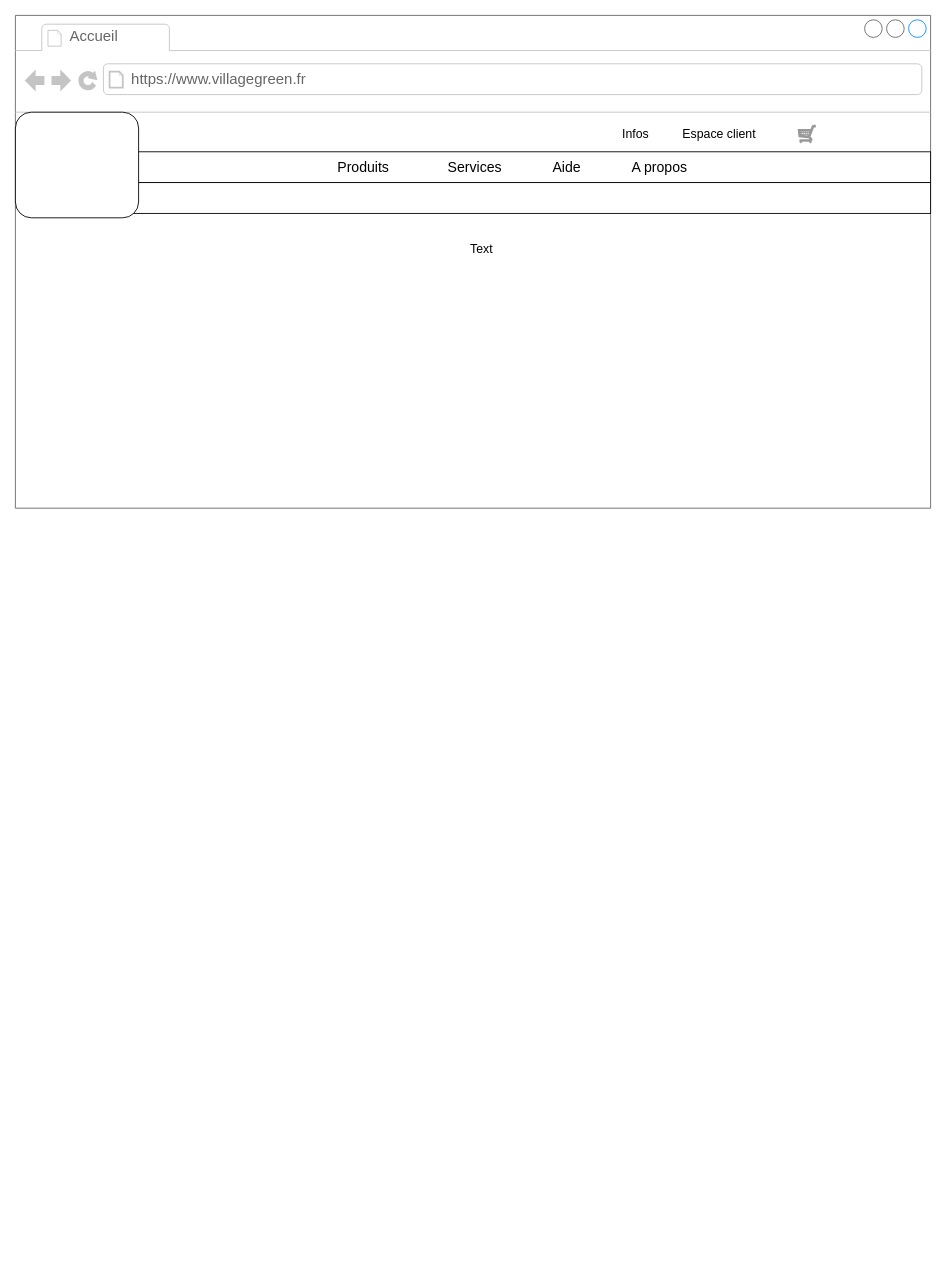
This is Fil_Rouge/web design/Wireframe_PageAccueil.drawio from Nijat-Majidli/CDA_21188, a draw.io file, before an edit. Source tidied: cells renumbered, new cells numbered last; positions are measured from the earlier drawing's top-left corner, leaving out a move shared by most shapes. Both pictures are drawn from the tidied source at 88%, with x=0, y=0 at pixel (15, 15).
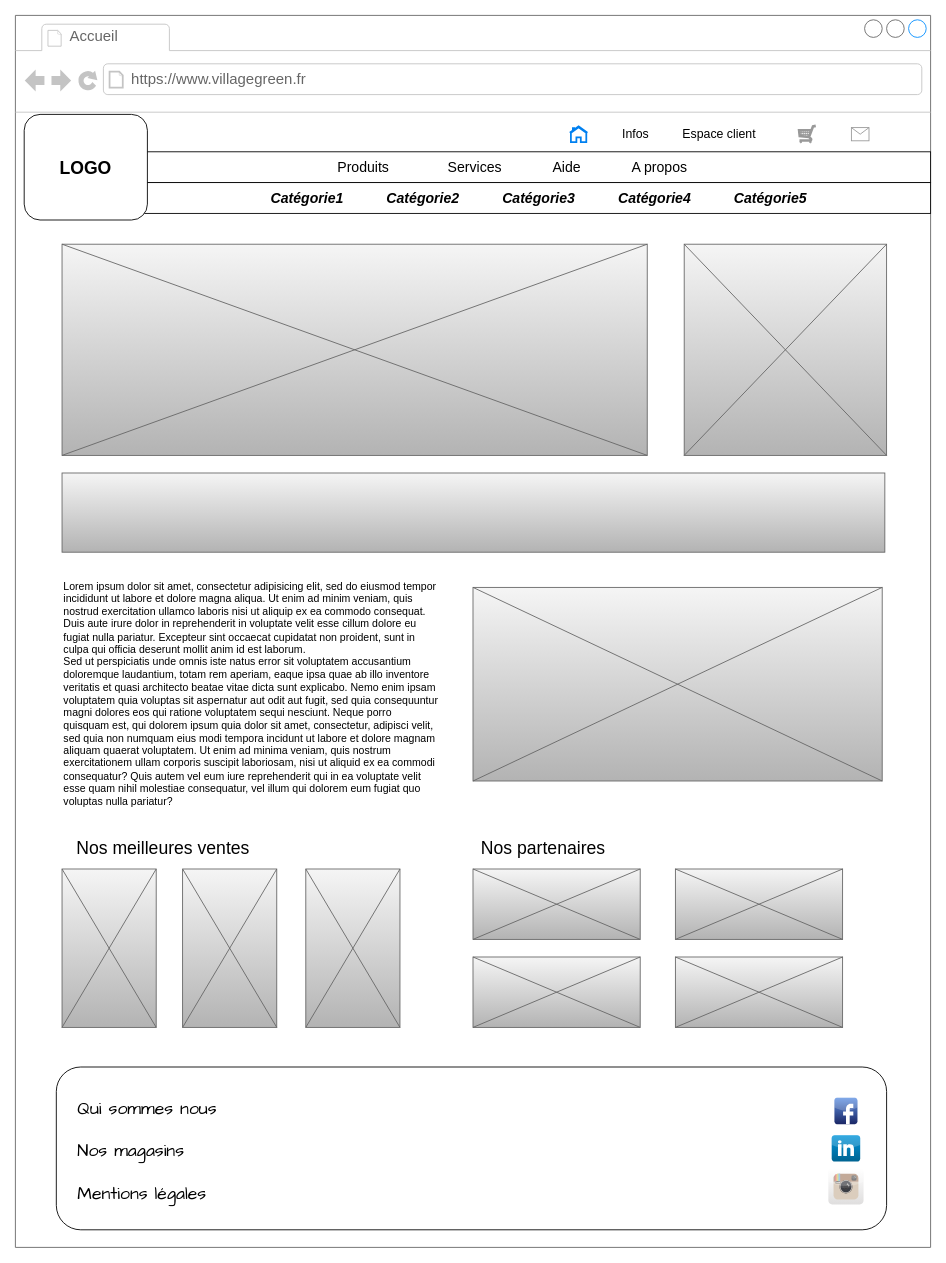
Above is the later version.

Change to the diagram source:
```diff
@@
     <mxCell id="2" style="strokeWidth=1;shadow=0;dashed=0;align=center;html=1;shape=mxgraph.mockup.containers.browserWindow;rSize=0;strokeColor=#666666;strokeColor2=#008cff;strokeColor3=#c4c4c4;mainText=,;fontSize=20;" parent="1" vertex="1">
-      <mxGeometry width="1040" height="560" as="geometry" />
+      <mxGeometry width="1040" height="1400" as="geometry" />
     </mxCell>
@@
-    <mxCell id="11" style="rounded=1;whiteSpace=wrap;html=1;fontSize=14;" parent="2" vertex="1">
-      <mxGeometry y="110" width="140" height="120" as="geometry" />
+    <mxCell id="11" value="&lt;b&gt;&lt;font style=&quot;font-size: 20px&quot;&gt;LOGO&lt;/font&gt;&lt;/b&gt;" style="rounded=1;whiteSpace=wrap;html=1;fontSize=14;" parent="2" vertex="1">
+      <mxGeometry x="10" y="112.5" width="140" height="120" as="geometry" />
     </mxCell>
+    <mxCell id="13" style="html=1;verticalLabelPosition=bottom;align=center;labelBackgroundColor=#ffffff;verticalAlign=top;strokeWidth=2;strokeColor=#0080F0;shadow=0;dashed=0;shape=mxgraph.ios7.icons.home;fontSize=14;" parent="2" vertex="1">
+      <mxGeometry x="630" y="126.1" width="20" height="17.8" as="geometry" />
+    </mxCell>
-    <mxCell id="12" value="Text" style="text;html=1;strokeColor=none;fillColor=none;align=center;verticalAlign=middle;whiteSpace=wrap;rounded=0;fontSize=14;" parent="1" vertex="1">
-      <mxGeometry x="220" y="250" width="620" height="30" as="geometry" />
+    <mxCell id="12" value="Catégorie1&amp;nbsp; &amp;nbsp; &amp;nbsp; &amp;nbsp; &amp;nbsp; &amp;nbsp;Catégorie2&amp;nbsp; &amp;nbsp; &amp;nbsp; &amp;nbsp; &amp;nbsp; &amp;nbsp;Catégorie3&amp;nbsp; &amp;nbsp; &amp;nbsp; &amp;nbsp; &amp;nbsp; &amp;nbsp;Catégorie4&amp;nbsp; &amp;nbsp; &amp;nbsp; &amp;nbsp; &amp;nbsp; &amp;nbsp;Catégorie5" style="text;html=1;strokeColor=none;fillColor=none;align=center;verticalAlign=middle;whiteSpace=wrap;rounded=0;fontSize=16;fontStyle=3;" parent="2" vertex="1">
+      <mxGeometry x="190" y="198.8" width="810" height="17.5" as="geometry" />
     </mxCell>
+    <mxCell id="14" style="verticalLabelPosition=bottom;shadow=0;dashed=0;align=center;html=1;verticalAlign=top;strokeWidth=1;shape=mxgraph.mockup.graphics.simpleIcon;strokeColor=#666666;fontSize=16;fillColor=#f5f5f5;gradientColor=#b3b3b3;" parent="2" vertex="1">
+      <mxGeometry x="53" y="260" width="665" height="240" as="geometry" />
+    </mxCell>
+    <mxCell id="15" style="verticalLabelPosition=bottom;shadow=0;dashed=0;align=center;html=1;verticalAlign=top;strokeWidth=1;shape=mxgraph.mockup.graphics.simpleIcon;strokeColor=#666666;fontSize=16;fillColor=#f5f5f5;gradientColor=#b3b3b3;" parent="2" vertex="1">
+      <mxGeometry x="760" y="260" width="230" height="240" as="geometry" />
+    </mxCell>
+    <mxCell id="16" style="rounded=0;whiteSpace=wrap;html=1;fontSize=16;labelBackgroundColor=none;fillColor=#f5f5f5;strokeColor=#666666;gradientColor=#b3b3b3;" parent="2" vertex="1">
+      <mxGeometry x="53" y="520" width="935" height="90" as="geometry" />
+    </mxCell>
+    <mxCell id="17" style="verticalLabelPosition=bottom;shadow=0;dashed=0;align=center;html=1;verticalAlign=top;strokeWidth=1;shape=mxgraph.mockup.graphics.simpleIcon;strokeColor=#666666;labelBackgroundColor=none;fontSize=20;fillColor=#f5f5f5;gradientColor=#b3b3b3;" parent="2" vertex="1">
+      <mxGeometry x="520" y="650" width="465" height="220" as="geometry" />
+    </mxCell>
+    <mxCell id="18" style="verticalLabelPosition=bottom;shadow=0;dashed=0;align=center;html=1;verticalAlign=top;strokeWidth=1;shape=mxgraph.mockup.misc.mail2;strokeColor=#999999;labelBackgroundColor=none;fontSize=20;" parent="2" vertex="1">
+      <mxGeometry x="950" y="127.5" width="20" height="15" as="geometry" />
+    </mxCell>
+    <mxCell id="19" value="Lorem ipsum dolor sit amet, consectetur adipisicing elit, sed do eiusmod tempor incididunt ut labore et dolore magna aliqua. Ut enim ad minim veniam, quis nostrud exercitation ullamco laboris nisi ut aliquip ex ea commodo consequat. Duis aute irure dolor in reprehenderit in voluptate velit esse cillum dolore eu fugiat nulla pariatur. Excepteur sint occaecat cupidatat non proident, sunt in culpa qui officia deserunt mollit anim id est laborum.&#10;Sed ut perspiciatis unde omnis iste natus error sit voluptatem accusantium doloremque laudantium, totam rem aperiam, eaque ipsa quae ab illo inventore veritatis et quasi architecto beatae vitae dicta sunt explicabo. Nemo enim ipsam voluptatem quia voluptas sit aspernatur aut odit aut fugit, sed quia consequuntur magni dolores eos qui ratione voluptatem sequi nesciunt. Neque porro quisquam est, qui dolorem ipsum quia dolor sit amet, consectetur, adipisci velit, sed quia non numquam eius modi tempora incidunt ut labore et dolore magnam aliquam quaerat voluptatem. Ut enim ad minima veniam, quis nostrum exercitationem ullam corporis suscipit laboriosam, nisi ut aliquid ex ea commodi consequatur? Quis autem vel eum iure reprehenderit qui in ea voluptate velit esse quam nihil molestiae consequatur, vel illum qui dolorem eum fugiat quo voluptas nulla pariatur?" style="text;spacingTop=-5;whiteSpace=wrap;html=1;align=left;fontSize=12;fontFamily=Helvetica;fillColor=none;strokeColor=none;labelBackgroundColor=none;" parent="2" vertex="1">
+      <mxGeometry x="53" y="640" width="430" height="260" as="geometry" />
+    </mxCell>
+    <mxCell id="20" style="verticalLabelPosition=bottom;shadow=0;dashed=0;align=center;html=1;verticalAlign=top;strokeWidth=1;shape=mxgraph.mockup.graphics.simpleIcon;strokeColor=#666666;labelBackgroundColor=none;fontSize=20;fillColor=#f5f5f5;gradientColor=#b3b3b3;" parent="2" vertex="1">
+      <mxGeometry x="53" y="970" width="107" height="180" as="geometry" />
+    </mxCell>
+    <mxCell id="21" style="verticalLabelPosition=bottom;shadow=0;dashed=0;align=center;html=1;verticalAlign=top;strokeWidth=1;shape=mxgraph.mockup.graphics.simpleIcon;strokeColor=#666666;labelBackgroundColor=none;fontSize=20;fillColor=#f5f5f5;gradientColor=#b3b3b3;" parent="2" vertex="1">
+      <mxGeometry x="190" y="970" width="107" height="180" as="geometry" />
+    </mxCell>
+    <mxCell id="22" style="verticalLabelPosition=bottom;shadow=0;dashed=0;align=center;html=1;verticalAlign=top;strokeWidth=1;shape=mxgraph.mockup.graphics.simpleIcon;strokeColor=#666666;labelBackgroundColor=none;fontSize=20;fillColor=#f5f5f5;gradientColor=#b3b3b3;" parent="2" vertex="1">
+      <mxGeometry x="330" y="970" width="107" height="180" as="geometry" />
+    </mxCell>
+    <mxCell id="23" value="Nos meilleures ventes" style="text;html=1;strokeColor=none;fillColor=none;align=center;verticalAlign=middle;whiteSpace=wrap;rounded=0;labelBackgroundColor=none;fontSize=20;" parent="2" vertex="1">
+      <mxGeometry x="53" y="930" width="230" height="30" as="geometry" />
+    </mxCell>
+    <mxCell id="24" style="verticalLabelPosition=bottom;shadow=0;dashed=0;align=center;html=1;verticalAlign=top;strokeWidth=1;shape=mxgraph.mockup.graphics.simpleIcon;strokeColor=#666666;labelBackgroundColor=none;fontSize=20;fillColor=#f5f5f5;gradientColor=#b3b3b3;" parent="2" vertex="1">
+      <mxGeometry x="520" y="970" width="190" height="80" as="geometry" />
+    </mxCell>
+    <mxCell id="25" style="verticalLabelPosition=bottom;shadow=0;dashed=0;align=center;html=1;verticalAlign=top;strokeWidth=1;shape=mxgraph.mockup.graphics.simpleIcon;strokeColor=#666666;labelBackgroundColor=none;fontSize=20;fillColor=#f5f5f5;gradientColor=#b3b3b3;" parent="2" vertex="1">
+      <mxGeometry x="520" y="1070" width="190" height="80" as="geometry" />
+    </mxCell>
+    <mxCell id="26" style="verticalLabelPosition=bottom;shadow=0;dashed=0;align=center;html=1;verticalAlign=top;strokeWidth=1;shape=mxgraph.mockup.graphics.simpleIcon;strokeColor=#666666;labelBackgroundColor=none;fontSize=20;fillColor=#f5f5f5;gradientColor=#b3b3b3;" parent="2" vertex="1">
+      <mxGeometry x="750" y="1070" width="190" height="80" as="geometry" />
+    </mxCell>
+    <mxCell id="27" value="Nos partenaires" style="text;html=1;strokeColor=none;fillColor=none;align=center;verticalAlign=middle;whiteSpace=wrap;rounded=0;labelBackgroundColor=none;fontSize=20;" parent="2" vertex="1">
+      <mxGeometry x="520" y="930" width="160" height="30" as="geometry" />
+    </mxCell>
+    <mxCell id="28" style="rounded=1;whiteSpace=wrap;html=1;labelBackgroundColor=none;fontSize=20;" parent="2" vertex="1">
+      <mxGeometry x="46.5" y="1195" width="943.5" height="185" as="geometry" />
+    </mxCell>
+    <mxCell id="29" value="Qui sommes nous&lt;br&gt;&lt;br&gt;&lt;div style=&quot;text-align: left&quot;&gt;&lt;span&gt;Nos magasins&lt;/span&gt;&lt;/div&gt;&lt;div style=&quot;text-align: left&quot;&gt;&lt;span&gt;&lt;br&gt;&lt;/span&gt;&lt;/div&gt;&lt;div style=&quot;text-align: left&quot;&gt;&lt;span&gt;Mentions légales&lt;/span&gt;&lt;/div&gt;" style="text;html=1;strokeColor=none;fillColor=none;align=center;verticalAlign=middle;whiteSpace=wrap;rounded=0;labelBackgroundColor=none;fontSize=20;fontFamily=Comic Sans MS;" parent="2" vertex="1">
+      <mxGeometry x="60" y="1210" width="180" height="160" as="geometry" />
+    </mxCell>
+    <mxCell id="30" style="dashed=0;html=1;align=center;labelPosition=center;verticalLabelPosition=bottom;verticalAlign=top;shape=mxgraph.webicons.linkedin;fillColor=#0095DB;gradientColor=#006391;labelBackgroundColor=none;fontFamily=Comic Sans MS;fontSize=20;" parent="2" vertex="1">
+      <mxGeometry x="927.6" y="1272.5" width="32.4" height="30" as="geometry" />
+    </mxCell>
+    <mxCell id="31" style="dashed=0;html=1;align=center;labelPosition=center;verticalLabelPosition=bottom;verticalAlign=top;shape=mxgraph.webicons.facebook;fillColor=#6294E4;gradientColor=#1A2665;labelBackgroundColor=none;fontFamily=Comic Sans MS;fontSize=20;" parent="2" vertex="1">
+      <mxGeometry x="930.7" y="1230" width="26.2" height="30" as="geometry" />
+    </mxCell>
+    <mxCell id="32" style="dashed=0;html=1;align=center;labelPosition=center;verticalLabelPosition=bottom;verticalAlign=top;shape=mxgraph.webicons.instagram;gradientColor=#DFDEDE;labelBackgroundColor=none;fontFamily=Comic Sans MS;fontSize=20;" parent="2" vertex="1">
+      <mxGeometry x="923.8" y="1310" width="40" height="41.2" as="geometry" />
+    </mxCell>
+    <mxCell id="33" style="verticalLabelPosition=bottom;shadow=0;dashed=0;align=center;html=1;verticalAlign=top;strokeWidth=1;shape=mxgraph.mockup.graphics.simpleIcon;strokeColor=#666666;labelBackgroundColor=none;fontSize=20;fillColor=#f5f5f5;gradientColor=#b3b3b3;" parent="1" vertex="1">
+      <mxGeometry x="750" y="970" width="190" height="80" as="geometry" />
+    </mxCell>
```
